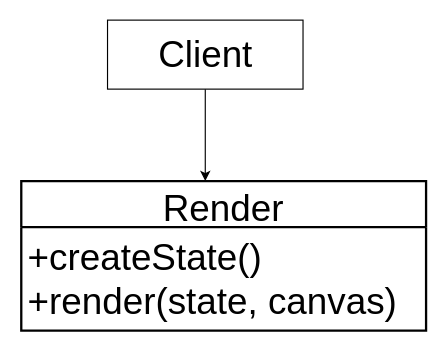
Above: packages/管道模式/story_before/UML.drawio in yyc-git/3DProgramPattern (draw.io), before the change. Source tidied: cells renumbered, new cells numbered last; positions are measured from the earlier drawing's top-left corner, leaving out a move shared by most shapes. Both pictures are drawn from the tidied source at 115%, with x=0, y=0 at pixel (21, 20).
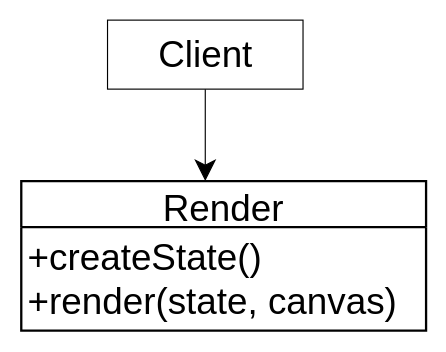
The same diagram, later.

The edit, as a diff of the source:
```diff
@@
 <mxGraphModel>
   <root>
     <mxCell id="0" />
     <mxCell id="1" parent="0" />
-    <mxCell id="2" style="edgeStyle=orthogonalEdgeStyle;rounded=0;jettySize=auto;html=1;" parent="1" edge="1" source="3">
+    <mxCell id="2" style="edgeStyle=orthogonalEdgeStyle;rounded=0;jettySize=auto;html=1;endSize=16;startSize=16;" parent="1" edge="1" source="3">
       <mxGeometry relative="1" as="geometry">
         <mxPoint x="160" y="140" as="targetPoint" />
       </mxGeometry>
     </mxCell>
     <mxCell id="3" value="Client" style="html=1;fontSize=32;" parent="1" vertex="1">
       <mxGeometry x="75" width="170" height="60" as="geometry" />
     </mxCell>
     <mxCell id="4" value="Render" style="swimlane;horizontal=1;startSize=40;rounded=0;fontSize=32;fontStyle=0;strokeWidth=2;shadow=0;dashed=0;align=center;" parent="1" vertex="1">
       <mxGeometry y="140" width="352" height="130" as="geometry" />
     </mxCell>
     <mxCell id="5" value="+createState()&#10;+render(state, canvas)" style="align=left;strokeColor=none;fillColor=none;spacingLeft=4;fontSize=32;verticalAlign=top;" parent="4" vertex="1">
       <mxGeometry y="40" width="352" height="90" as="geometry" />
     </mxCell>
   </root>
 </mxGraphModel>
```
